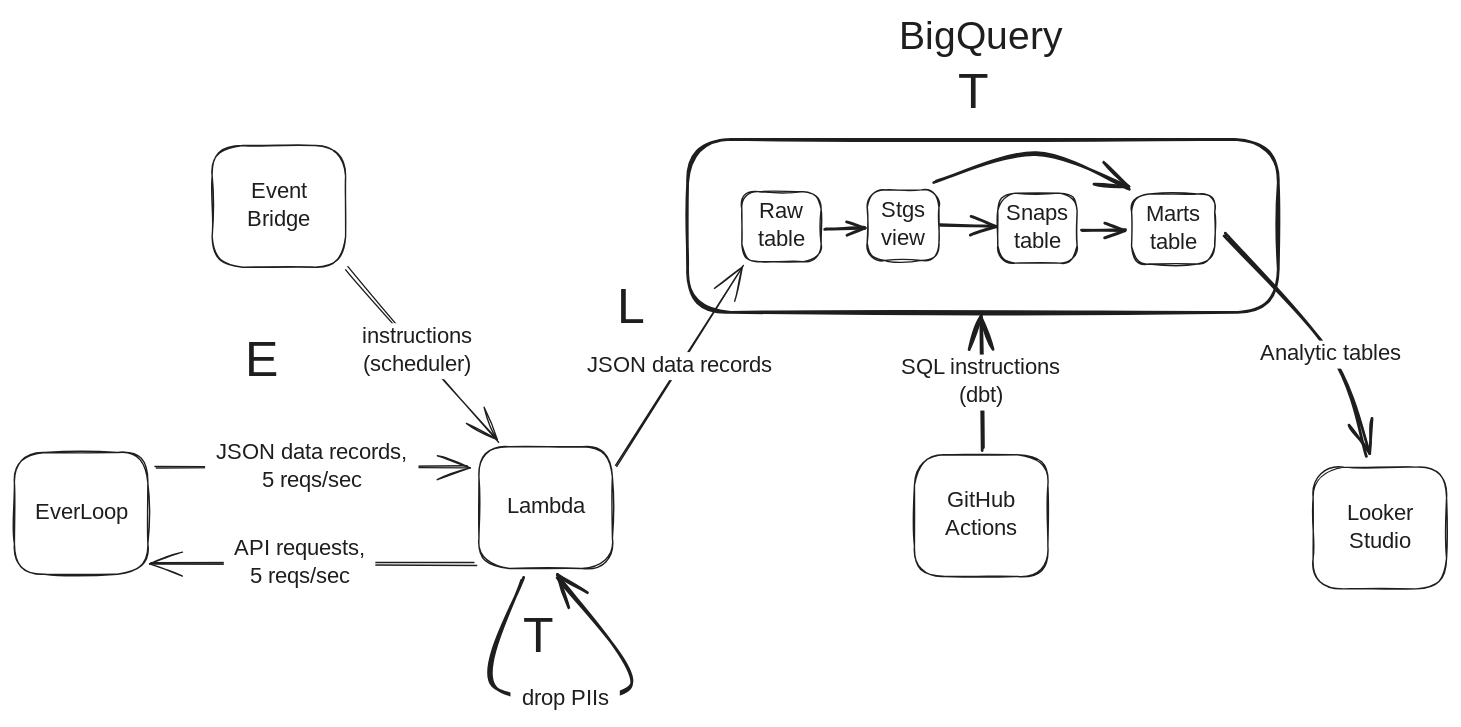
Above: docs/pipeline.excalidraw.svg in jperezopt/everloop-etl (Excalidraw), before the change. Source tidied: one line per element, renumbered; positions are measured from the earlier drawing's top-left corner, leaving out a move shared by most shapes.
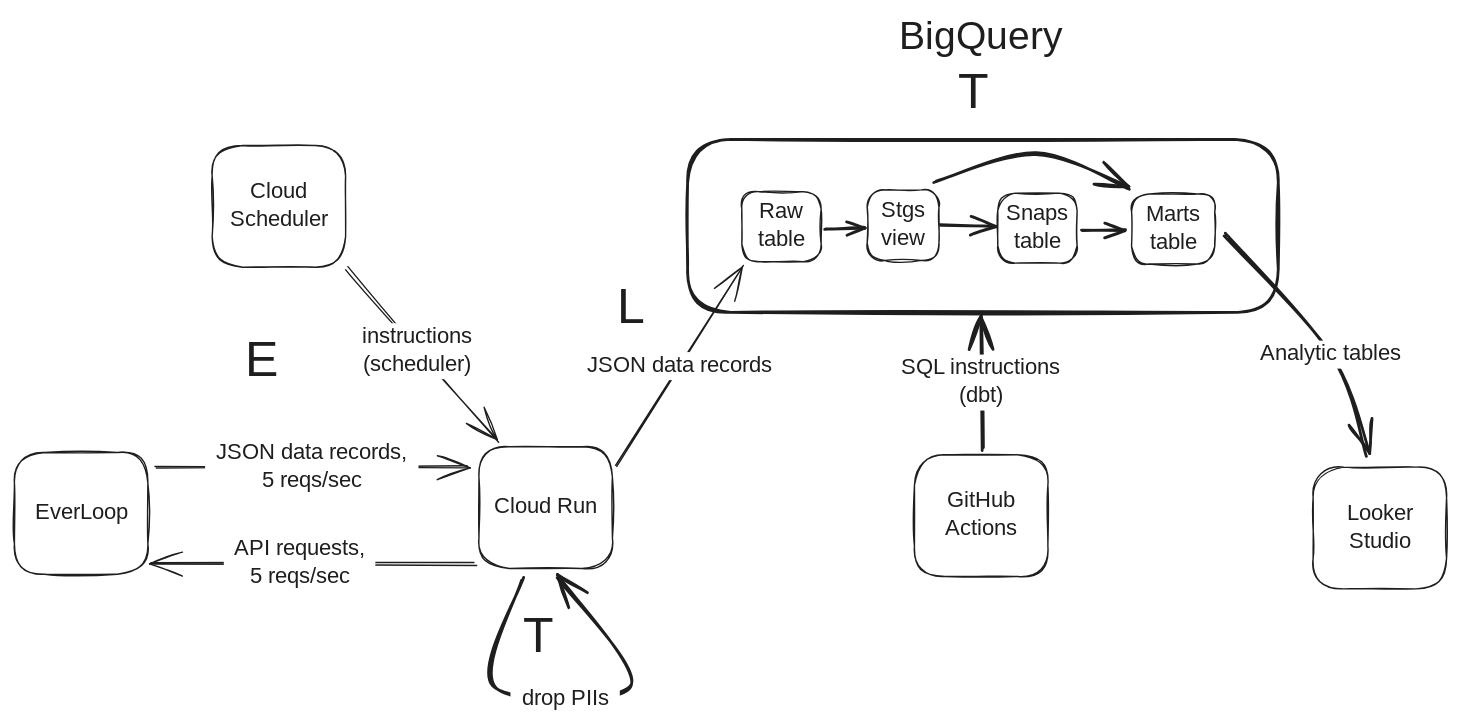
Above is the later version.

What changed in the source:
```diff
@@ -1,13 +1,13 @@
 {"id": 0, "type": "rectangle", "strokeColor": "#1e1e1e", "strokeWidth": 1, "roughness": 1, "round": true, "x": 0, "y": 313, "width": 95, "height": 87}
 {"id": 1, "type": "text", "text": "EverLoop", "strokeColor": "#1e1e1e", "strokeWidth": 1, "roughness": 1, "fontSize": 16, "fontFamily": 5, "textAlign": "center", "verticalAlign": "middle", "inside": 0, "x": 12, "y": 347, "width": 71, "height": 20}
 {"id": 2, "type": "rectangle", "strokeColor": "#1e1e1e", "strokeWidth": 1, "roughness": 1, "round": true, "x": 332, "y": 309, "width": 95, "height": 87}
-{"id": 3, "type": "text", "text": "Lambda", "strokeColor": "#1e1e1e", "strokeWidth": 1, "roughness": 1, "fontSize": 16, "fontFamily": 5, "textAlign": "center", "verticalAlign": "middle", "inside": 2, "x": 352, "y": 343, "width": 56, "height": 20}
+{"id": 3, "type": "text", "text": "Cloud Run", "strokeColor": "#1e1e1e", "strokeWidth": 1, "roughness": 1, "fontSize": 16, "fontFamily": 5, "textAlign": "center", "verticalAlign": "middle", "inside": 2, "x": 341, "y": 343, "width": 77, "height": 20}
 {"id": 4, "type": "arrow", "strokeColor": "#1e1e1e", "strokeWidth": 1, "roughness": 1, "endArrowhead": "arrow", "round": true, "from": 2, "to": 27, "x": 429, "y": 323, "width": 91, "height": 143, "points": [[0, 0], [91, -143]]}
 {"id": 5, "type": "text", "text": "JSON data records", "strokeColor": "#1e1e1e", "strokeWidth": 1, "roughness": 1, "fontSize": 16, "fontFamily": 5, "textAlign": "center", "verticalAlign": "middle", "inside": 4, "x": 493, "y": 270, "width": 148, "height": 20}
 {"id": 6, "type": "rectangle", "strokeColor": "#1e1e1e", "strokeWidth": 1, "roughness": 1, "round": true, "x": 643, "y": 315, "width": 95, "height": 87}
 {"id": 7, "type": "text", "text": "GitHub\nActions", "strokeColor": "#1e1e1e", "strokeWidth": 1, "roughness": 1, "fontSize": 16, "fontFamily": 5, "textAlign": "center", "verticalAlign": "middle", "inside": 6, "x": 662, "y": 339, "width": 58, "height": 40}
 {"id": 8, "type": "rectangle", "strokeColor": "#1e1e1e", "strokeWidth": 1, "roughness": 1, "round": true, "x": 141, "y": 94, "width": 95, "height": 87}
-{"id": 9, "type": "text", "text": "Event\nBridge", "strokeColor": "#1e1e1e", "strokeWidth": 1, "roughness": 1, "fontSize": 16, "fontFamily": 5, "textAlign": "center", "verticalAlign": "middle", "inside": 8, "x": 164, "y": 117, "width": 50, "height": 40}
+{"id": 9, "type": "text", "text": "Cloud\nScheduler", "strokeColor": "#1e1e1e", "strokeWidth": 1, "roughness": 1, "fontSize": 16, "fontFamily": 5, "textAlign": "center", "verticalAlign": "middle", "inside": 8, "x": 153, "y": 117, "width": 73, "height": 40}
 {"id": 10, "type": "arrow", "strokeColor": "#1e1e1e", "strokeWidth": 1, "roughness": 1, "endArrowhead": "arrow", "round": true, "from": 8, "to": 2, "x": 239, "y": 181, "width": 108, "height": 124, "points": [[0, 0], [49, 60], [108, 124]]}
 {"id": 11, "type": "text", "text": "instructions\n(scheduler)", "strokeColor": "#1e1e1e", "strokeWidth": 1, "roughness": 1, "fontSize": 16, "fontFamily": 5, "textAlign": "center", "verticalAlign": "middle", "inside": 10, "x": 409, "y": 423, "width": 93, "height": 40}
 {"id": 12, "type": "text", "text": "E", "strokeColor": "#1e1e1e", "strokeWidth": 1, "roughness": 1, "fontSize": 36, "fontFamily": 5, "x": 164, "y": 227, "width": 25, "height": 45}
```
